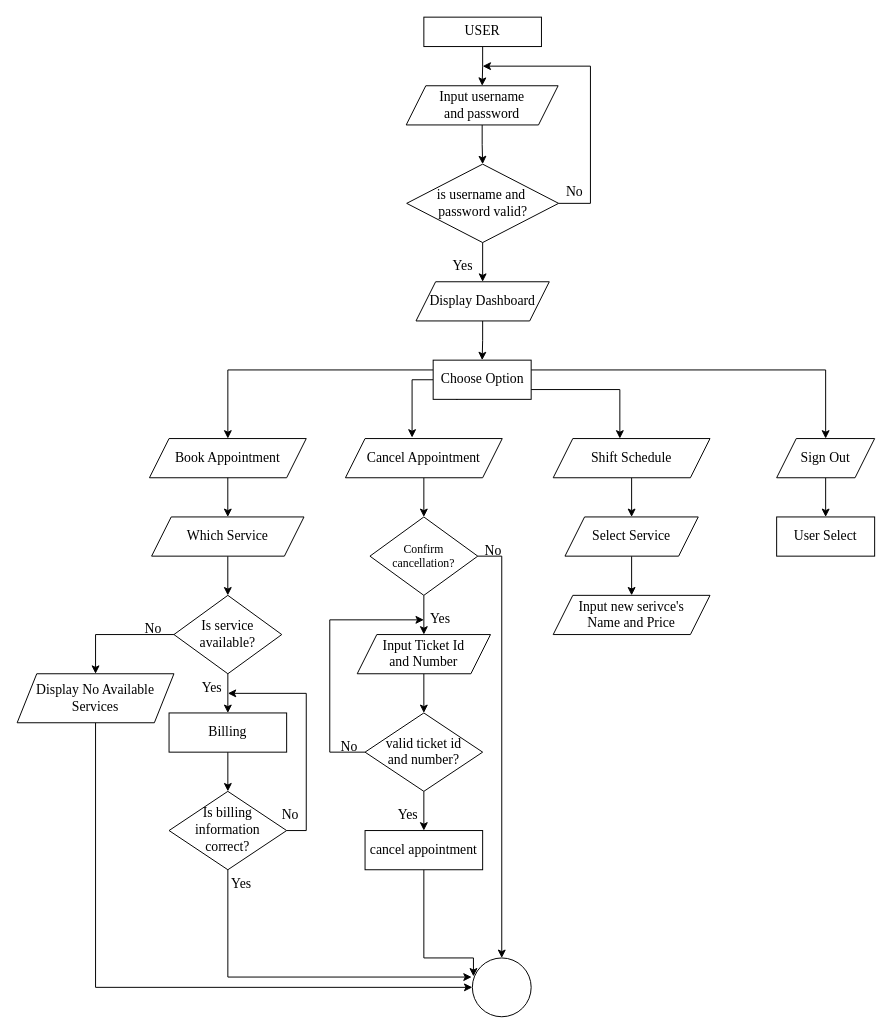
The draw.io diagram Project Proposal PU/User Flowchart.drawio in camper0g/2nd-Semester-Project, before the edit. Source tidied: cells renumbered, new cells numbered last; positions are measured from the earlier drawing's top-left corner, leaving out a move shared by most shapes. Both pictures are drawn from the tidied source at 98%, with x=0, y=0 at pixel (17, 17).
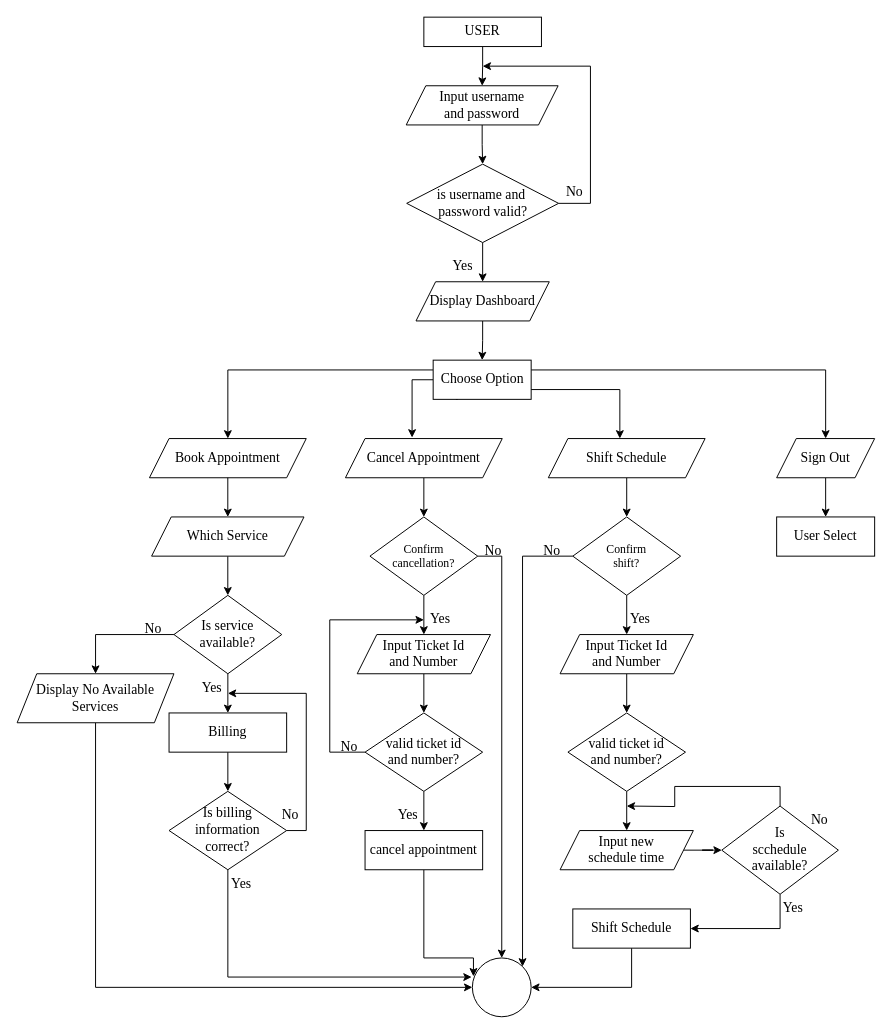
Above is the later version.

The change refers to these unchanged cells:
```xml
<mxCell id="32" style="ellipse;whiteSpace=wrap;html=1;" parent="1" vertex="1">
  <mxGeometry x="464.5" y="960" width="60" height="60" as="geometry" />
</mxCell>
```

The edit, as a diff of the source:
```diff
@@
-    <mxCell id="21" style="edgeStyle=orthogonalEdgeStyle;rounded=0;jettySize=auto;html=1;exitX=0.5;exitY=1;exitDx=0;exitDy=0;" parent="1" edge="1" source="22" target="29">
-      <mxGeometry relative="1" as="geometry" />
-    </mxCell>
+    <mxCell id="61" style="edgeStyle=orthogonalEdgeStyle;rounded=0;jettySize=auto;html=1;exitX=0.5;exitY=1;exitDx=0;exitDy=0;entryX=0.5;entryY=0;entryDx=0;entryDy=0;" parent="1" edge="1" source="22" target="68">
+      <mxGeometry relative="1" as="geometry" />
+    </mxCell>
     <mxCell id="22" value="Shift Schedule" style="shape=parallelogram;perimeter=parallelogramPerimeter;whiteSpace=wrap;html=1;fixedSize=1;strokeWidth=1;fontSize=14;fontStyle=0;fontFamily=Times New Roman;horizontal=1;" parent="1" vertex="1">
-      <mxGeometry x="547" y="430" width="160" height="40" as="geometry" />
+      <mxGeometry x="542" y="430" width="160" height="40" as="geometry" />
     </mxCell>
@@
-    <mxCell id="28" style="edgeStyle=orthogonalEdgeStyle;rounded=0;jettySize=auto;html=1;" parent="1" edge="1" source="29" target="30">
-      <mxGeometry relative="1" as="geometry" />
-    </mxCell>
-    <mxCell id="29" value="Select Service" style="shape=parallelogram;perimeter=parallelogramPerimeter;whiteSpace=wrap;html=1;fixedSize=1;strokeWidth=1;fontSize=14;fontStyle=0;fontFamily=Times New Roman;horizontal=1;" parent="1" vertex="1">
-      <mxGeometry x="559" y="510" width="136" height="40" as="geometry" />
-    </mxCell>
-    <mxCell id="30" value="Input new serivce's&lt;br&gt;Name and Price" style="shape=parallelogram;perimeter=parallelogramPerimeter;whiteSpace=wrap;html=1;fixedSize=1;strokeWidth=1;fontSize=14;fontStyle=0;fontFamily=Times New Roman;horizontal=1;" parent="1" vertex="1">
-      <mxGeometry x="547" y="590" width="160" height="40" as="geometry" />
-    </mxCell>
@@
+    <mxCell id="62" style="edgeStyle=orthogonalEdgeStyle;rounded=0;jettySize=auto;html=1;exitX=0.5;exitY=1;exitDx=0;exitDy=0;entryX=0.5;entryY=0;entryDx=0;entryDy=0;" parent="1" edge="1" source="63" target="65">
+      <mxGeometry relative="1" as="geometry" />
+    </mxCell>
+    <mxCell id="63" value="Input Ticket Id&lt;br&gt;and Number" style="shape=parallelogram;perimeter=parallelogramPerimeter;whiteSpace=wrap;html=1;fixedSize=1;strokeWidth=1;fontSize=14;fontStyle=0;fontFamily=Times New Roman;horizontal=1;" parent="1" vertex="1">
+      <mxGeometry x="554" y="630" width="136" height="40" as="geometry" />
+    </mxCell>
+    <mxCell id="64" style="edgeStyle=orthogonalEdgeStyle;rounded=0;jettySize=auto;html=1;exitX=0.5;exitY=1;exitDx=0;exitDy=0;entryX=0.5;entryY=0;entryDx=0;entryDy=0;" parent="1" edge="1" source="65" target="72">
+      <mxGeometry relative="1" as="geometry" />
+    </mxCell>
+    <mxCell id="65" value="valid ticket id&lt;br&gt;and number?" style="rhombus;whiteSpace=wrap;html=1;fontSize=14;fontFamily=Times New Roman;strokeWidth=1;fontStyle=0;" parent="1" vertex="1">
+      <mxGeometry x="562" y="710" width="120" height="80" as="geometry" />
+    </mxCell>
+    <mxCell id="66" style="edgeStyle=orthogonalEdgeStyle;rounded=0;jettySize=auto;html=1;exitX=0.5;exitY=1;exitDx=0;exitDy=0;entryX=0.5;entryY=0;entryDx=0;entryDy=0;" parent="1" edge="1" source="68" target="63">
+      <mxGeometry relative="1" as="geometry" />
+    </mxCell>
+    <mxCell id="67" style="edgeStyle=orthogonalEdgeStyle;rounded=0;jettySize=auto;html=1;entryX=1;entryY=0;entryDx=0;entryDy=0;" parent="1" edge="1" source="68" target="32">
+      <mxGeometry relative="1" as="geometry" />
+    </mxCell>
+    <mxCell id="68" value="&lt;font face=&quot;Times New Roman&quot;&gt;Confirm &lt;br&gt;shift?&lt;/font&gt;" style="rhombus;whiteSpace=wrap;html=1;" parent="1" vertex="1">
+      <mxGeometry x="567" y="510" width="110" height="80" as="geometry" />
+    </mxCell>
+    <mxCell id="69" value="&lt;span style=&quot;font-size: 14px;&quot;&gt;Yes&lt;/span&gt;" style="text;html=1;align=center;verticalAlign=middle;whiteSpace=wrap;rounded=0;fontSize=14;strokeWidth=1;fontStyle=0;fontFamily=Times New Roman;horizontal=1;" parent="1" vertex="1">
+      <mxGeometry x="619" y="600" width="34" height="30" as="geometry" />
+    </mxCell>
+    <mxCell id="70" value="&lt;span style=&quot;font-size: 14px;&quot;&gt;No&lt;/span&gt;" style="text;html=1;align=center;verticalAlign=middle;whiteSpace=wrap;rounded=0;strokeWidth=1;fontSize=14;fontStyle=0;fontFamily=Times New Roman;horizontal=1;" parent="1" vertex="1">
+      <mxGeometry x="516" y="530" width="60" height="30" as="geometry" />
+    </mxCell>
+    <mxCell id="71" style="edgeStyle=orthogonalEdgeStyle;rounded=0;jettySize=auto;html=1;" parent="1" edge="1" source="72" target="75">
+      <mxGeometry relative="1" as="geometry" />
+    </mxCell>
+    <mxCell id="72" value="Input new&lt;br&gt;schedule time" style="shape=parallelogram;perimeter=parallelogramPerimeter;whiteSpace=wrap;html=1;fixedSize=1;strokeWidth=1;fontSize=14;fontStyle=0;fontFamily=Times New Roman;horizontal=1;" parent="1" vertex="1">
+      <mxGeometry x="554" y="830" width="136" height="40" as="geometry" />
+    </mxCell>
+    <mxCell id="73" style="edgeStyle=orthogonalEdgeStyle;rounded=0;jettySize=auto;html=1;exitX=0.5;exitY=1;exitDx=0;exitDy=0;entryX=1;entryY=0.5;entryDx=0;entryDy=0;" parent="1" edge="1" source="75" target="77">
+      <mxGeometry relative="1" as="geometry" />
+    </mxCell>
+    <mxCell id="74" style="edgeStyle=orthogonalEdgeStyle;rounded=0;jettySize=auto;html=1;exitX=0.5;exitY=0;exitDx=0;exitDy=0;" parent="1" edge="1" source="75">
+      <mxGeometry relative="1" as="geometry">
+        <mxPoint x="622" y="805" as="targetPoint" />
+      </mxGeometry>
+    </mxCell>
+    <mxCell id="75" value="Is&lt;br&gt;scchedule&lt;br&gt;available?" style="rhombus;whiteSpace=wrap;html=1;fontSize=14;fontFamily=Times New Roman;strokeWidth=1;fontStyle=0;" parent="1" vertex="1">
+      <mxGeometry x="719" y="805" width="119" height="90" as="geometry" />
+    </mxCell>
+    <mxCell id="76" style="edgeStyle=orthogonalEdgeStyle;rounded=0;jettySize=auto;html=1;exitX=0.5;exitY=1;exitDx=0;exitDy=0;entryX=1;entryY=0.5;entryDx=0;entryDy=0;" parent="1" edge="1" source="77" target="32">
+      <mxGeometry relative="1" as="geometry" />
+    </mxCell>
+    <mxCell id="77" value="Shift Schedule" style="whiteSpace=wrap;html=1;fontSize=14;fontFamily=Times New Roman;strokeWidth=1;fontStyle=0;" parent="1" vertex="1">
+      <mxGeometry x="567" y="910" width="120" height="40" as="geometry" />
+    </mxCell>
+    <mxCell id="78" value="&lt;span style=&quot;font-size: 14px;&quot;&gt;Yes&lt;/span&gt;" style="text;html=1;align=center;verticalAlign=middle;whiteSpace=wrap;rounded=0;fontSize=14;strokeWidth=1;fontStyle=0;fontFamily=Times New Roman;horizontal=1;" parent="1" vertex="1">
+      <mxGeometry x="775" y="895" width="34" height="30" as="geometry" />
+    </mxCell>
+    <mxCell id="79" value="&lt;span style=&quot;font-size: 14px;&quot;&gt;No&lt;/span&gt;" style="text;html=1;align=center;verticalAlign=middle;whiteSpace=wrap;rounded=0;strokeWidth=1;fontSize=14;fontStyle=0;fontFamily=Times New Roman;horizontal=1;" parent="1" vertex="1">
+      <mxGeometry x="789" y="805" width="60" height="30" as="geometry" />
+    </mxCell>
```
